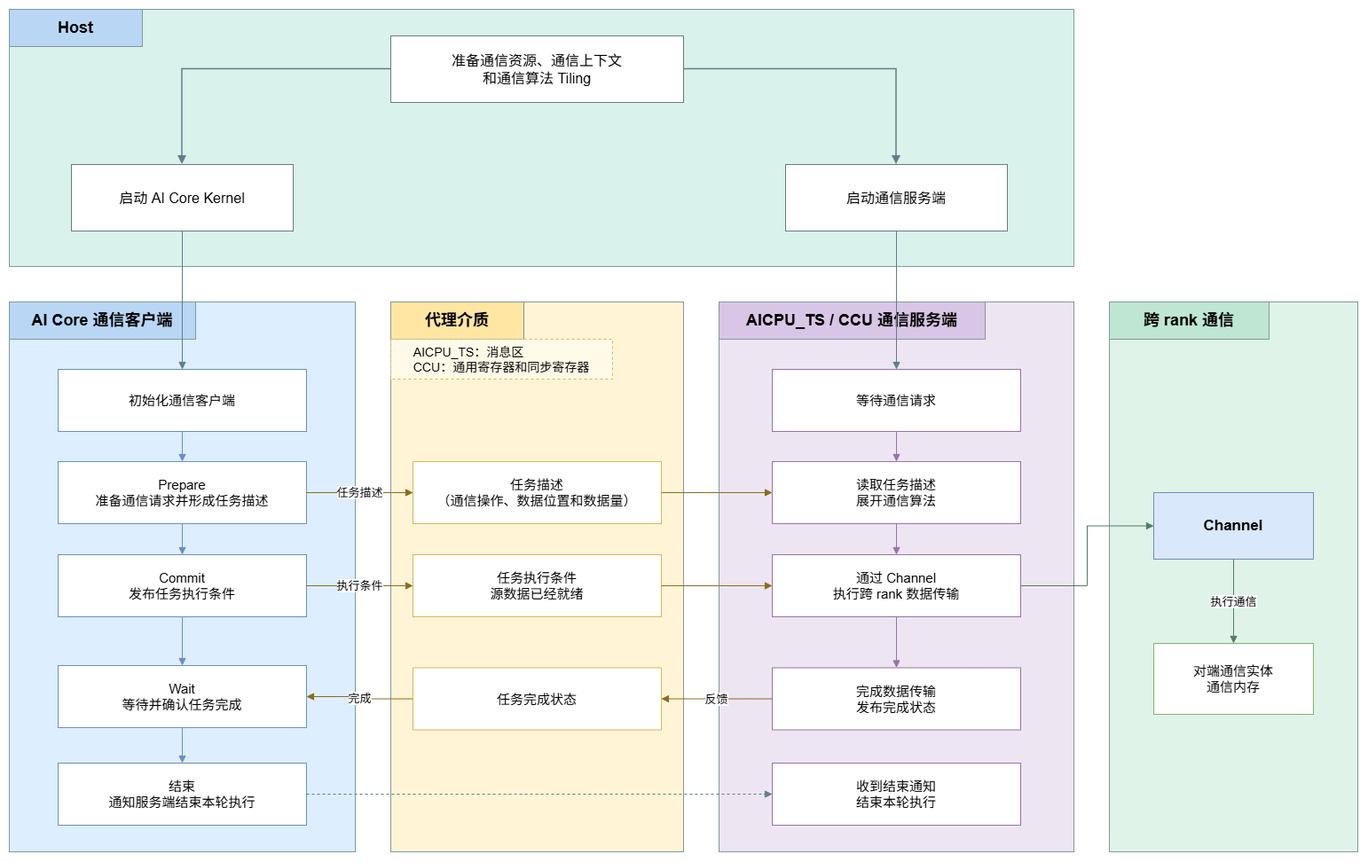
The draw.io diagram docs/zh/Programming-Model/figures/proxy_execution_model.png in Atlas-Ascend-Fork/asc-comm, before a commit. Source tidied: cells renumbered, new cells last; positions are measured from the earlier drawing's top-left corner, leaving out a move shared by most shapes.
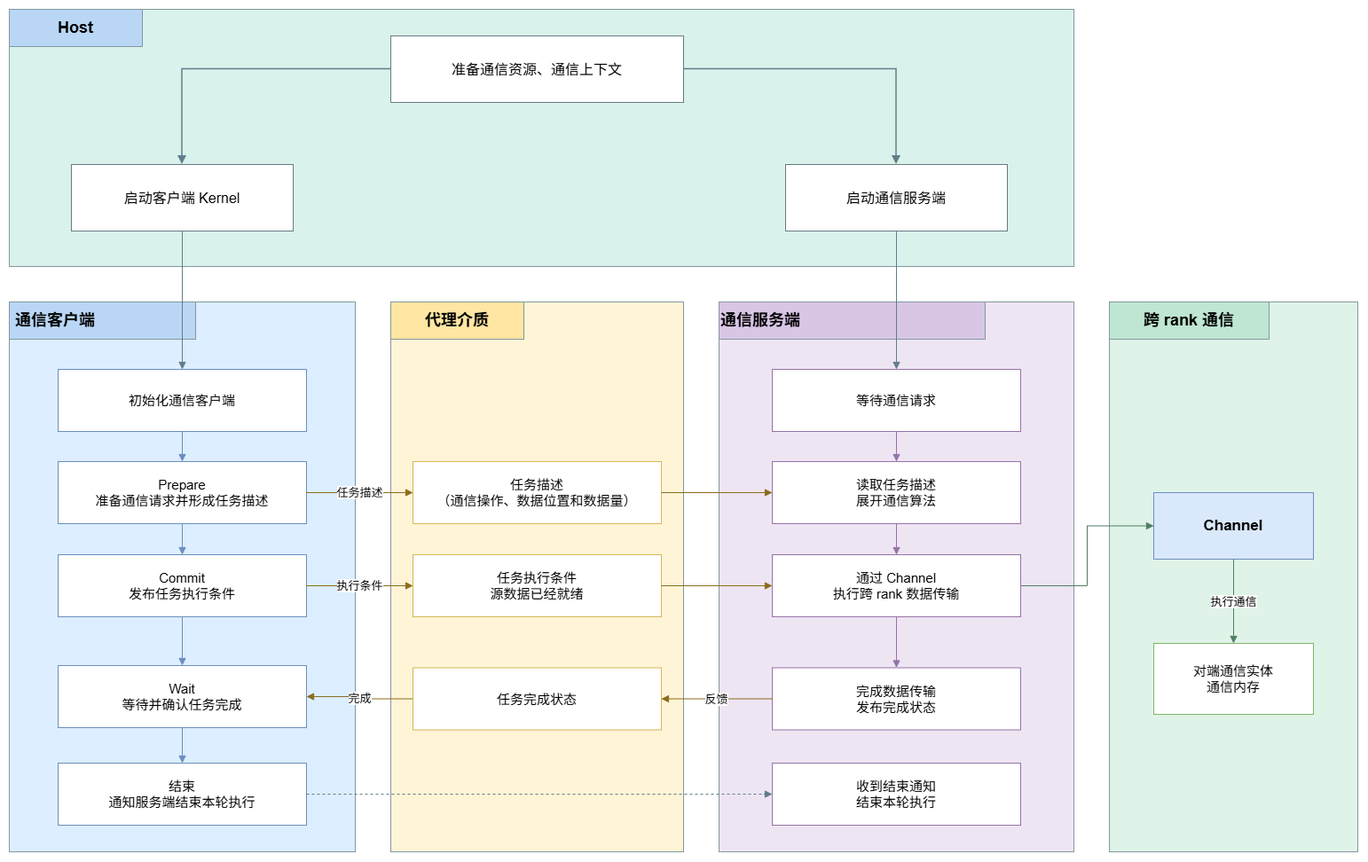
The same diagram one commit later.

What changed in the source:
```diff
@@ -8,13 +8,13 @@
     <mxCell id="3" value="Host" style="rounded=0;whiteSpace=wrap;html=1;fillColor=#B9D7F5;strokeColor=#82979E;fontStyle=1;fontSize=18;align=center;verticalAlign=middle;" parent="1" vertex="1">
       <mxGeometry width="150" height="42" as="geometry" />
     </mxCell>
-    <mxCell id="4" value="准备通信资源、通信上下文&lt;br&gt;和通信算法 Tiling" style="rounded=0;whiteSpace=wrap;html=1;fillColor=#FFFFFF;strokeColor=#687B83;fontSize=16;" parent="1" vertex="1">
+    <mxCell id="4" value="准备通信资源、通信上下文" style="rounded=0;whiteSpace=wrap;html=1;fillColor=#FFFFFF;strokeColor=#687B83;fontSize=16;" parent="1" vertex="1">
       <mxGeometry x="430" y="30" width="330" height="75" as="geometry" />
     </mxCell>
     <mxCell id="5" value="启动通信服务端" style="rounded=0;whiteSpace=wrap;html=1;fillColor=#FFFFFF;strokeColor=#687B83;fontSize=16;" parent="1" vertex="1">
       <mxGeometry x="875" y="175" width="250" height="75" as="geometry" />
     </mxCell>
-    <mxCell id="6" value="启动 AI Core Kernel" style="rounded=0;whiteSpace=wrap;html=1;fillColor=#FFFFFF;strokeColor=#687B83;fontSize=16;" parent="1" vertex="1">
+    <mxCell id="6" value="启动客户端 Kernel" style="rounded=0;whiteSpace=wrap;html=1;fillColor=#FFFFFF;strokeColor=#687B83;fontSize=16;" parent="1" vertex="1">
       <mxGeometry x="70" y="175" width="250" height="75" as="geometry" />
     </mxCell>
     <mxCell id="7" style="edgeStyle=orthogonalEdgeStyle;rounded=0;jettySize=auto;html=1;endArrow=block;endFill=1;strokeColor=#607D8B;strokeWidth=1.5;" parent="1" edge="1" source="4" target="6">
@@ -23,7 +23,7 @@
     <mxCell id="8" style="rounded=0;whiteSpace=wrap;html=1;fillColor=#DCEEFF;strokeColor=#82979E;strokeWidth=1;" parent="1" vertex="1">
       <mxGeometry y="330" width="390" height="620" as="geometry" />
     </mxCell>
-    <mxCell id="9" value="AI Core 通信客户端" style="rounded=0;whiteSpace=wrap;html=1;fillColor=#B9D7F5;strokeColor=#82979E;fontStyle=1;fontSize=18;" parent="1" vertex="1">
+    <mxCell id="9" value="&amp;nbsp;通信客户端" style="rounded=0;whiteSpace=wrap;html=1;fillColor=#B9D7F5;strokeColor=#82979E;fontStyle=1;fontSize=18;align=left;" parent="1" vertex="1">
       <mxGeometry y="330" width="210" height="42" as="geometry" />
     </mxCell>
     <mxCell id="10" value="初始化通信客户端" style="rounded=0;whiteSpace=wrap;html=1;fillColor=#FFFFFF;strokeColor=#6C8EBF;fontSize=15;" parent="1" vertex="1">
@@ -65,13 +65,10 @@
     <mxCell id="22" value="任务执行条件&lt;br&gt;源数据已经就绪" style="rounded=0;whiteSpace=wrap;html=1;fillColor=#FFFFFF;strokeColor=#D6B656;fontSize=15;" parent="1" vertex="1">
       <mxGeometry x="455" y="615" width="280" height="70" as="geometry" />
     </mxCell>
-    <mxCell id="23" value="&lt;div style=&quot;text-align: left;&quot;&gt;&lt;span style=&quot;background-color: transparent; color: light-dark(rgb(0, 0, 0), rgb(255, 255, 255));&quot;&gt;AICPU_TS：消息区&lt;/span&gt;&lt;/div&gt;CCU：通用寄存器和同步寄存器" style="rounded=0;whiteSpace=wrap;html=1;fillColor=#FFF9E8;strokeColor=#D6B656;dashed=1;fontSize=14;" parent="1" vertex="1">
-      <mxGeometry x="430" y="372" width="250" height="45" as="geometry" />
-    </mxCell>
     <mxCell id="24" style="rounded=0;whiteSpace=wrap;html=1;fillColor=#EEE5F3;strokeColor=#82979E;strokeWidth=1;" parent="1" vertex="1">
       <mxGeometry x="800" y="330" width="400" height="620" as="geometry" />
     </mxCell>
-    <mxCell id="25" value="AICPU_TS / CCU 通信服务端" style="rounded=0;whiteSpace=wrap;html=1;fillColor=#D9C6E6;strokeColor=#82979E;fontStyle=1;fontSize=18;" parent="1" vertex="1">
+    <mxCell id="25" value="通信服务端" style="rounded=0;whiteSpace=wrap;html=1;fillColor=#D9C6E6;strokeColor=#82979E;fontStyle=1;fontSize=18;align=left;" parent="1" vertex="1">
       <mxGeometry x="800" y="330" width="300" height="42" as="geometry" />
     </mxCell>
     <mxCell id="26" value="等待通信请求" style="rounded=0;whiteSpace=wrap;html=1;fillColor=#FFFFFF;strokeColor=#9673A6;fontSize=15;" parent="1" vertex="1">
```
